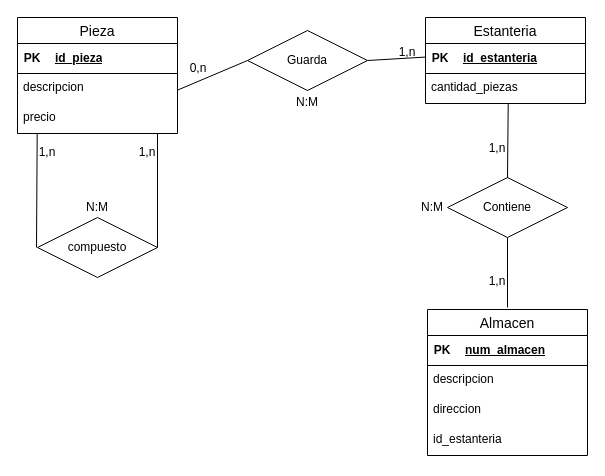
This is Ejercicio05.drawio from Daninuro/diagrames-cvf-dn-mpl-n-11102023, a draw.io file, before an edit. Source tidied: cells renumbered, new cells numbered last; positions are measured from the earlier drawing's top-left corner, leaving out a move shared by most shapes. Both pictures are drawn from the tidied source at 100%, with x=0, y=0 at pixel (17, 17).
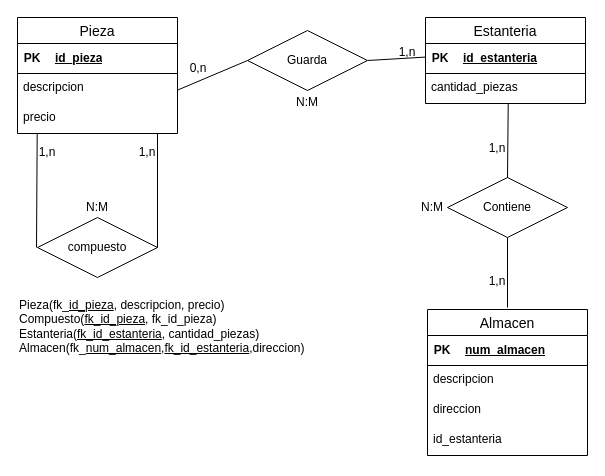
The same page after the edit.

Diff of the diagram source:
```diff
@@
+    <mxCell id="41" value="Pieza(fk_&lt;u style=&quot;&quot;&gt;id_pieza&lt;/u&gt;, descripcion, precio)&lt;br&gt;Compuesto(&lt;u&gt;fk_id_pieza&lt;/u&gt;, fk_id_pieza)&lt;br&gt;Estanteria(&lt;u&gt;fk_id_estanteria&lt;/u&gt;, cantidad_piezas)&lt;br&gt;Almacen(fk_&lt;u style=&quot;&quot;&gt;num_almacen&lt;/u&gt;,&lt;u&gt;fk_id_estanteria&lt;/u&gt;,direccion)" style="text;html=1;strokeColor=none;fillColor=none;align=left;verticalAlign=middle;whiteSpace=wrap;rounded=0;" parent="1" vertex="1">
+      <mxGeometry y="264" width="381" height="90" as="geometry" />
+    </mxCell>
```
